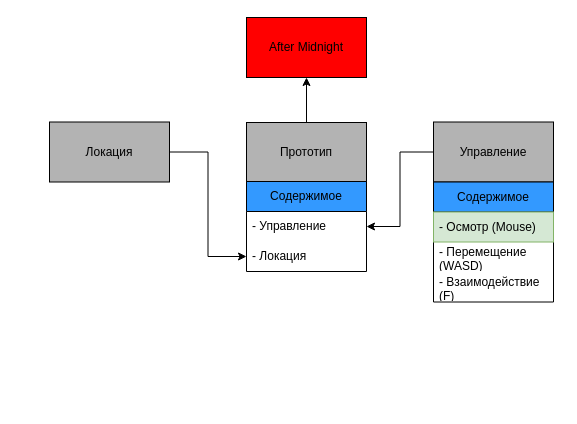
The draw.io diagram Docs/Map progress.drawio in Zurgn/AfterMidnight, before the edit. Source tidied: cells renumbered, new cells numbered last; positions are measured from the earlier drawing's top-left corner, leaving out a move shared by most shapes. Both pictures are drawn from the tidied source at 100%, with x=0, y=0 at pixel (49, 17).
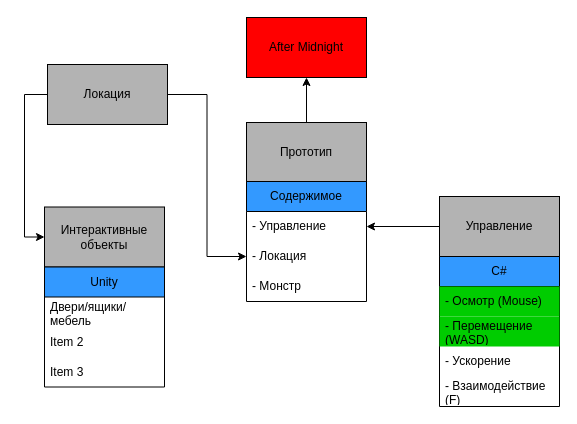
After the change.

The change refers to these unchanged cells:
```xml
<mxCell id="8" value="Управление" style="rounded=0;whiteSpace=wrap;html=1;fillColor=#B3B3B3;" parent="7" vertex="1">
  <mxGeometry width="120" height="60" as="geometry" />
</mxCell>
<mxCell id="13" style="group;" parent="1" vertex="1">
  <mxGeometry x="197" y="105" width="120" height="149" as="geometry" />
</mxCell>
<mxCell id="16" value="- Управление" style="text;strokeColor=none;fillColor=none;align=left;verticalAlign=middle;spacingLeft=4;spacingRight=4;overflow=hidden;points=[[0,0.5],[1,0.5]];portConstraint=eastwest;whiteSpace=wrap;html=1;" parent="15" vertex="1">
  <mxGeometry y="30" width="120" height="30" as="geometry" />
</mxCell>
```

Change to the diagram source:
```diff
@@
-    <mxCell id="4" style="edgeStyle=orthogonalEdgeStyle;rounded=0;jettySize=auto;html=1;entryX=1;entryY=0.5;entryDx=0;entryDy=0;" parent="1" edge="1" source="8" target="15">
-      <mxGeometry relative="1" as="geometry" />
-    </mxCell>
+    <mxCell id="18" style="edgeStyle=orthogonalEdgeStyle;rounded=0;jettySize=auto;html=1;exitX=0;exitY=0.5;exitDx=0;exitDy=0;entryX=0;entryY=0.5;entryDx=0;entryDy=0;" parent="1" edge="1" source="6" target="22">
+      <mxGeometry relative="1" as="geometry" />
+    </mxCell>
@@
     <mxCell id="6" value="Локация" style="rounded=0;whiteSpace=wrap;html=1;fillColor=#B3B3B3;" parent="1" vertex="1">
-      <mxGeometry y="104.5" width="120" height="60" as="geometry" />
+      <mxGeometry x="-2" y="47" width="120" height="60" as="geometry" />
     </mxCell>
     <mxCell id="7" style="group;" parent="1" vertex="1">
-      <mxGeometry x="384" y="104.5" width="120" height="180" as="geometry" />
+      <mxGeometry x="390" y="179" width="120" height="180" as="geometry" />
     </mxCell>
@@
-    <mxCell id="9" value="Содержимое" style="swimlane;fontStyle=0;horizontal=1;startSize=30;whiteSpace=wrap;html=1;fillColor=#3399FF;" parent="7" vertex="1">
-      <mxGeometry y="60" width="120" height="120" as="geometry" />
+    <mxCell id="9" value="C#" style="swimlane;fontStyle=0;horizontal=1;startSize=30;whiteSpace=wrap;html=1;fillColor=#3399FF;" parent="7" vertex="1">
+      <mxGeometry y="60" width="120" height="150" as="geometry" />
     </mxCell>
-    <mxCell id="10" value="- Осмотр (Mouse)" style="text;align=left;verticalAlign=middle;spacingLeft=4;spacingRight=4;overflow=hidden;whiteSpace=wrap;html=1;fillStyle=auto;fillColor=#d5e8d4;strokeColor=#82b366;" parent="9" vertex="1">
+    <mxCell id="10" value="- Осмотр (Mouse)" style="text;align=left;verticalAlign=middle;spacingLeft=4;spacingRight=4;overflow=hidden;whiteSpace=wrap;html=1;fillStyle=auto;fillColor=#00CC00;" parent="9" vertex="1">
       <mxGeometry y="30" width="120" height="30" as="geometry" />
     </mxCell>
-    <mxCell id="11" value="- Перемещение (WASD)" style="text;strokeColor=none;fillColor=none;align=left;verticalAlign=middle;spacingLeft=4;spacingRight=4;overflow=hidden;whiteSpace=wrap;html=1;" parent="9" vertex="1">
+    <mxCell id="11" value="- Перемещение (WASD)" style="text;align=left;verticalAlign=middle;spacingLeft=4;spacingRight=4;overflow=hidden;whiteSpace=wrap;html=1;fillColor=#00CC00;" parent="9" vertex="1">
       <mxGeometry y="60" width="120" height="30" as="geometry" />
     </mxCell>
+    <mxCell id="19" value="- Ускорение" style="text;align=left;verticalAlign=middle;spacingLeft=4;spacingRight=4;overflow=hidden;whiteSpace=wrap;html=1;" parent="9" vertex="1">
+      <mxGeometry y="90" width="120" height="30" as="geometry" />
+    </mxCell>
     <mxCell id="12" value="- Взаимодействие (F)" style="text;strokeColor=none;fillColor=none;align=left;verticalAlign=middle;spacingLeft=4;spacingRight=4;overflow=hidden;whiteSpace=wrap;html=1;" parent="9" vertex="1">
-      <mxGeometry y="90" width="120" height="30" as="geometry" />
+      <mxGeometry y="120" width="120" height="30" as="geometry" />
     </mxCell>
@@
     <mxCell id="15" value="Содержимое" style="swimlane;fontStyle=0;horizontal=1;startSize=30;whiteSpace=wrap;html=1;fillColor=#3399FF;" parent="13" vertex="1">
-      <mxGeometry y="59" width="120" height="90" as="geometry" />
+      <mxGeometry y="59" width="120" height="120" as="geometry" />
     </mxCell>
@@
+    <mxCell id="20" value="- Монстр" style="text;strokeColor=none;fillColor=none;align=left;verticalAlign=middle;spacingLeft=4;spacingRight=4;overflow=hidden;whiteSpace=wrap;html=1;" parent="15" vertex="1">
+      <mxGeometry y="90" width="120" height="30" as="geometry" />
+    </mxCell>
+    <mxCell id="21" style="group;" parent="1" vertex="1">
+      <mxGeometry x="-5" y="189.5" width="120" height="180" as="geometry" />
+    </mxCell>
+    <mxCell id="22" value="Интерактивные объекты" style="rounded=0;whiteSpace=wrap;html=1;fillColor=#B3B3B3;" parent="21" vertex="1">
+      <mxGeometry width="120" height="60" as="geometry" />
+    </mxCell>
+    <mxCell id="23" value="Unity" style="swimlane;fontStyle=0;horizontal=1;startSize=30;whiteSpace=wrap;html=1;fillColor=#3399FF;" parent="21" vertex="1">
+      <mxGeometry y="60" width="120" height="120" as="geometry" />
+    </mxCell>
+    <mxCell id="24" value="Двери/ящики/мебель" style="text;strokeColor=none;fillColor=none;align=left;verticalAlign=middle;spacingLeft=4;spacingRight=4;overflow=hidden;whiteSpace=wrap;html=1;" parent="23" vertex="1">
+      <mxGeometry y="30" width="120" height="30" as="geometry" />
+    </mxCell>
+    <mxCell id="25" value="Item 2" style="text;strokeColor=none;fillColor=none;align=left;verticalAlign=middle;spacingLeft=4;spacingRight=4;overflow=hidden;whiteSpace=wrap;html=1;" parent="23" vertex="1">
+      <mxGeometry y="60" width="120" height="30" as="geometry" />
+    </mxCell>
+    <mxCell id="26" value="Item 3" style="text;strokeColor=none;fillColor=none;align=left;verticalAlign=middle;spacingLeft=4;spacingRight=4;overflow=hidden;whiteSpace=wrap;html=1;" parent="23" vertex="1">
+      <mxGeometry y="90" width="120" height="30" as="geometry" />
+    </mxCell>
+    <mxCell id="27" style="edgeStyle=orthogonalEdgeStyle;rounded=0;jettySize=auto;html=1;exitX=0;exitY=0.5;exitDx=0;exitDy=0;entryX=1;entryY=0.5;entryDx=0;entryDy=0;" parent="1" edge="1" source="8" target="16">
+      <mxGeometry relative="1" as="geometry" />
+    </mxCell>
```
